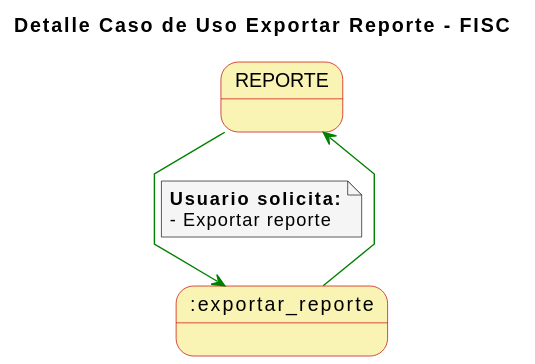
Above: imagenes/casosDeUso/detallesCasosUso/detalleCasoUsoExportarReporte.svg in mmasias/23-24-IdSw1-SDR (PlantUML), before the change.
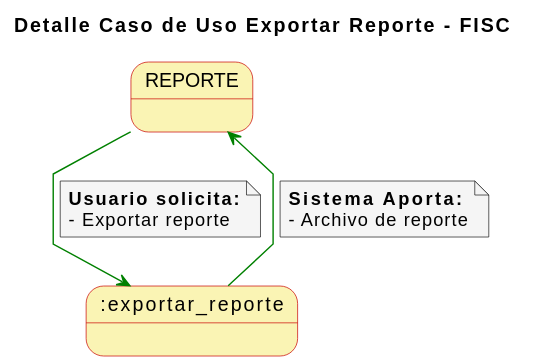
The same file after the commit.

What changed in the source:
```diff
@@ -20,4 +20,8 @@
 end note
 
 :exportar_reporte -[#green]-> REPORTE
+note on link
+  **Sistema Aporta:**
+  - Archivo de reporte
+end note
 @enduml
```
